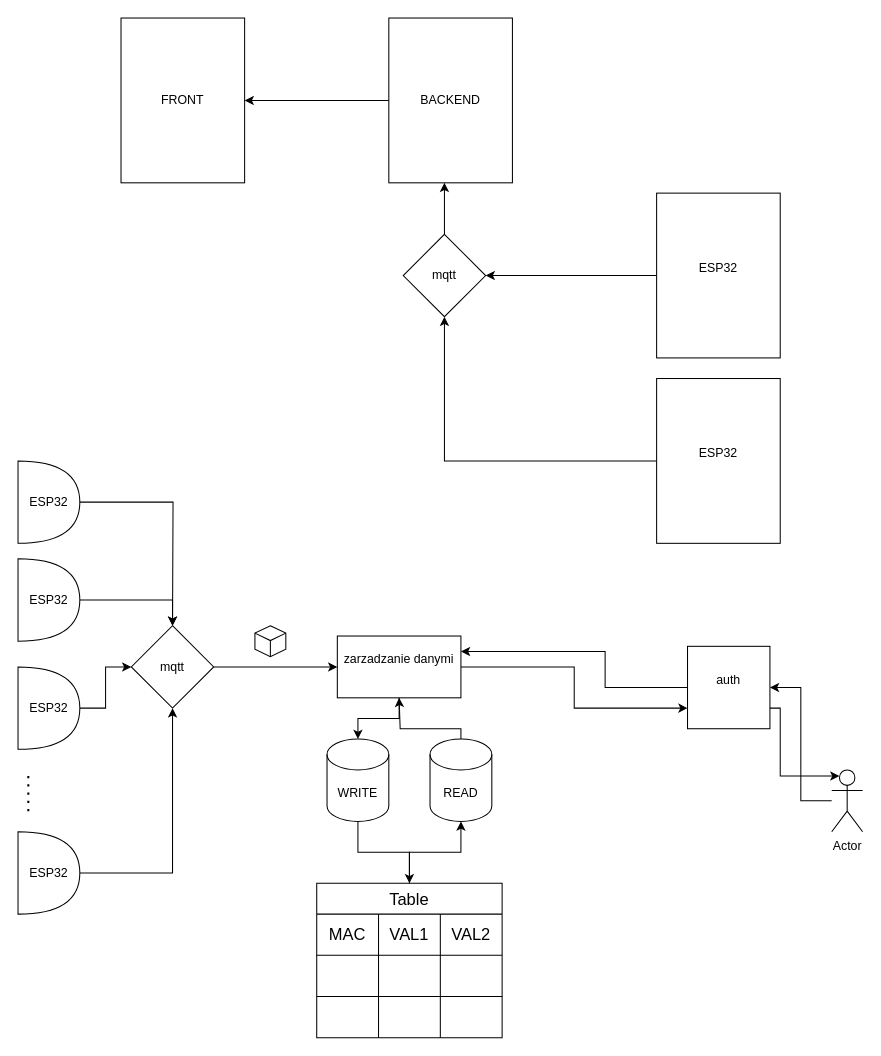
Plantigo/plantigo-backend keeps this draw.io diagram as diagram.drawio. Above is the earlier version. Source tidied: cells renumbered, new cells numbered last; positions are measured from the earlier drawing's top-left corner, leaving out a move shared by most shapes. Both pictures are drawn from the tidied source at 103%, with x=0, y=0 at pixel (18, 18).
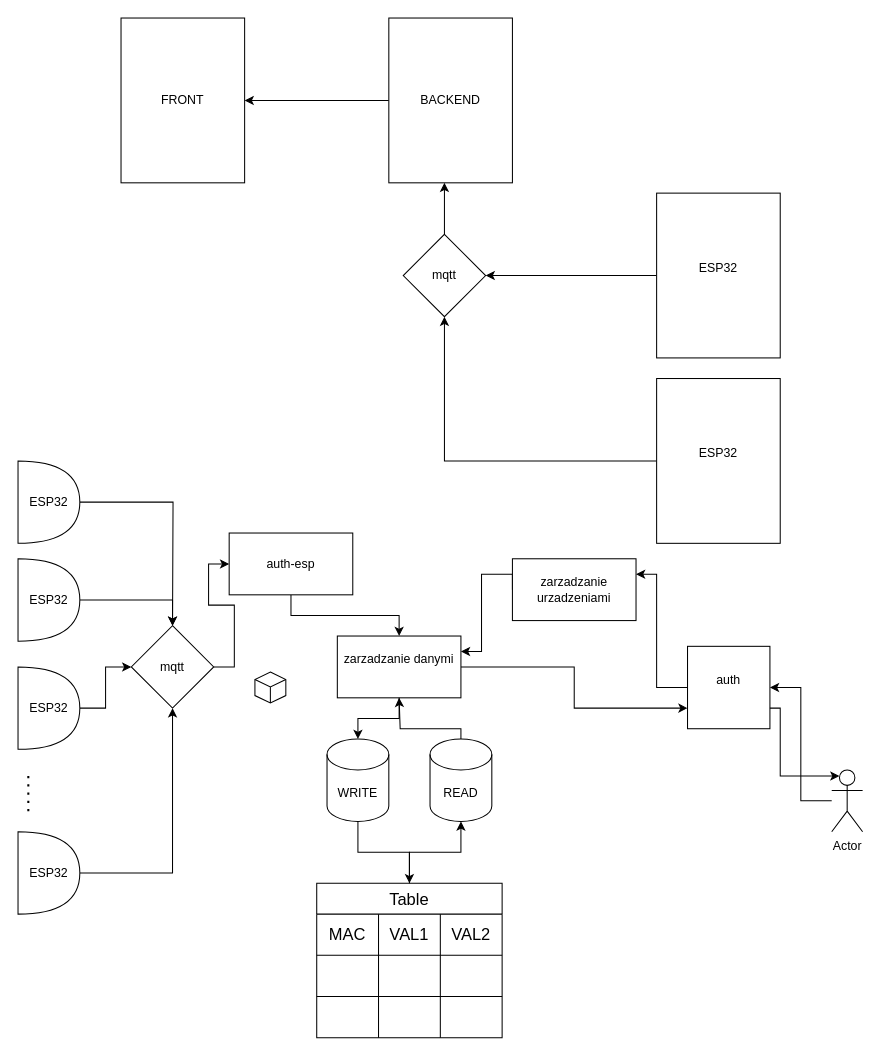
After the change.

Unchanged cells that the change refers to:
```xml
<mxCell id="12" value="zarzadzanie danymi&lt;div&gt;&lt;br&gt;&lt;/div&gt;" style="rounded=0;whiteSpace=wrap;html=1;" parent="1" vertex="1">
  <mxGeometry x="310" y="600" width="120" height="60" as="geometry" />
</mxCell>
<mxCell id="14" value="mqtt" style="rhombus;whiteSpace=wrap;html=1;" parent="1" vertex="1">
  <mxGeometry x="110" y="590" width="80" height="80" as="geometry" />
</mxCell>
<mxCell id="30" value="auth&lt;div&gt;&lt;br&gt;&lt;/div&gt;" style="whiteSpace=wrap;html=1;" parent="1" vertex="1">
  <mxGeometry x="650" y="610" width="80" height="80" as="geometry" />
</mxCell>
```

The edit, as a diff of the source:
```diff
@@
-    <mxCell id="13" style="edgeStyle=orthogonalEdgeStyle;rounded=0;jettySize=auto;html=1;" parent="1" edge="1" source="14" target="12">
-      <mxGeometry relative="1" as="geometry" />
-    </mxCell>
+    <mxCell id="49" style="edgeStyle=orthogonalEdgeStyle;rounded=0;jettySize=auto;html=1;entryX=0;entryY=0.5;entryDx=0;entryDy=0;" parent="1" edge="1" source="14" target="53">
+      <mxGeometry relative="1" as="geometry" />
+    </mxCell>
@@
     <mxCell id="15" style="html=1;whiteSpace=wrap;shape=isoCube2;backgroundOutline=1;isoAngle=15;" parent="1" vertex="1">
-      <mxGeometry x="230" y="590" width="30" height="30" as="geometry" />
+      <mxGeometry x="230" y="635" width="30" height="30" as="geometry" />
     </mxCell>
@@
-    <mxCell id="29" style="edgeStyle=orthogonalEdgeStyle;rounded=0;jettySize=auto;html=1;exitX=0;exitY=0.5;exitDx=0;exitDy=0;entryX=1;entryY=0.25;entryDx=0;entryDy=0;" parent="1" edge="1" source="30" target="12">
+    <mxCell id="29" style="edgeStyle=orthogonalEdgeStyle;rounded=0;jettySize=auto;html=1;exitX=0;exitY=0.5;exitDx=0;exitDy=0;entryX=1;entryY=0.25;entryDx=0;entryDy=0;" parent="1" edge="1" source="51" target="12">
       <mxGeometry relative="1" as="geometry">
         <Array as="points">
-          <mxPoint x="570" y="650" />
-          <mxPoint x="570" y="615" />
+          <mxPoint x="450" y="540" />
+          <mxPoint x="450" y="615" />
         </Array>
       </mxGeometry>
     </mxCell>
@@
+    <mxCell id="50" style="edgeStyle=orthogonalEdgeStyle;rounded=0;jettySize=auto;html=1;exitX=0;exitY=0.5;exitDx=0;exitDy=0;entryX=1;entryY=0.25;entryDx=0;entryDy=0;" parent="1" edge="1" source="30" target="51">
+      <mxGeometry relative="1" as="geometry">
+        <Array as="points">
+          <mxPoint x="620" y="650" />
+          <mxPoint x="620" y="540" />
+          <mxPoint x="600" y="540" />
+        </Array>
+      </mxGeometry>
+    </mxCell>
+    <mxCell id="51" value="&lt;div&gt;zarzadzanie urzadzeniami&lt;/div&gt;" style="rounded=0;whiteSpace=wrap;html=1;" parent="1" vertex="1">
+      <mxGeometry x="480" y="525" width="120" height="60" as="geometry" />
+    </mxCell>
+    <mxCell id="52" style="edgeStyle=orthogonalEdgeStyle;rounded=0;jettySize=auto;html=1;entryX=0.5;entryY=0;entryDx=0;entryDy=0;" parent="1" edge="1" source="53" target="12">
+      <mxGeometry relative="1" as="geometry" />
+    </mxCell>
+    <mxCell id="53" value="auth-esp" style="rounded=0;whiteSpace=wrap;html=1;" parent="1" vertex="1">
+      <mxGeometry x="205" y="500" width="120" height="60" as="geometry" />
+    </mxCell>
```
